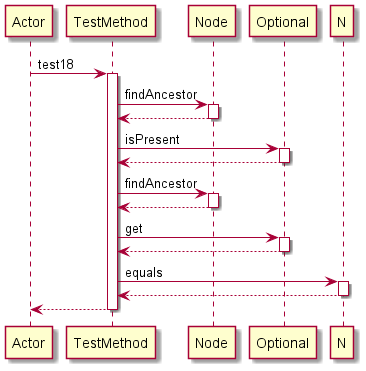
This is Diagrams/test18.png from manucapo/Gardener, a PlantUML export, as it was before one commit.
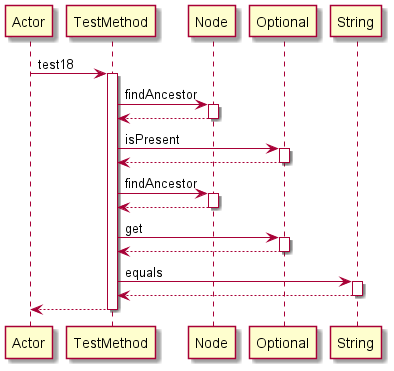
Later version of the same file.

Diff of the diagram source:
```diff
@@ -18,9 +18,9 @@
 activate Optional
 Optional-->TestMethod
 deactivate Optional
-TestMethod -> N: equals
-activate N
-N-->TestMethod
-deactivate N
+TestMethod -> String: equals
+activate String
+String-->TestMethod
+deactivate String
 return
 @enduml
```
